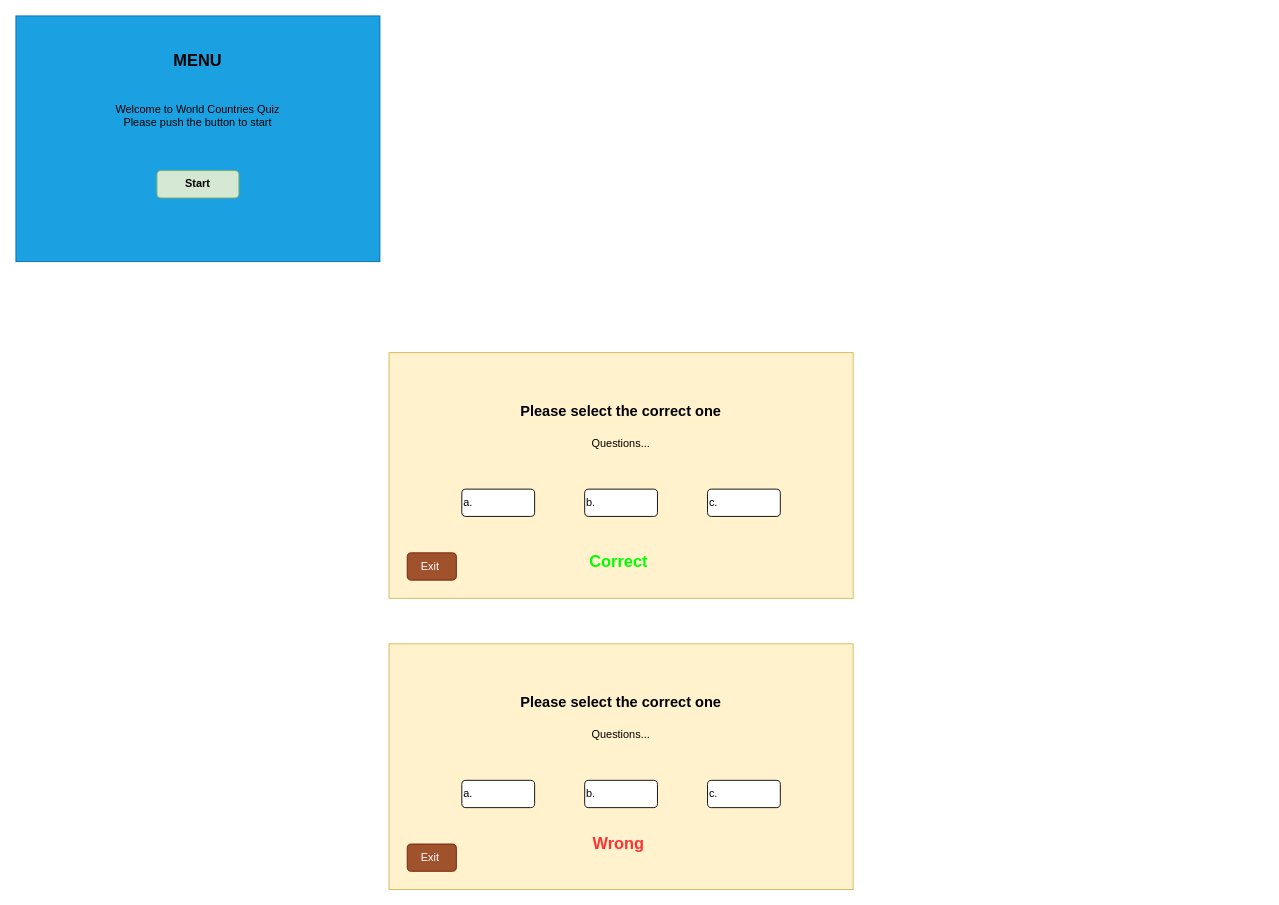
JojoZhao1212/01_World_Countires_Quiz keeps this draw.io diagram as Quiz.drawio. Above is the earlier version. Source tidied: cells renumbered, new cells numbered last; positions are measured from the earlier drawing's top-left corner, leaving out a move shared by most shapes. Both pictures are drawn from the tidied source at 91%, with x=0, y=0 at pixel (15, 15).
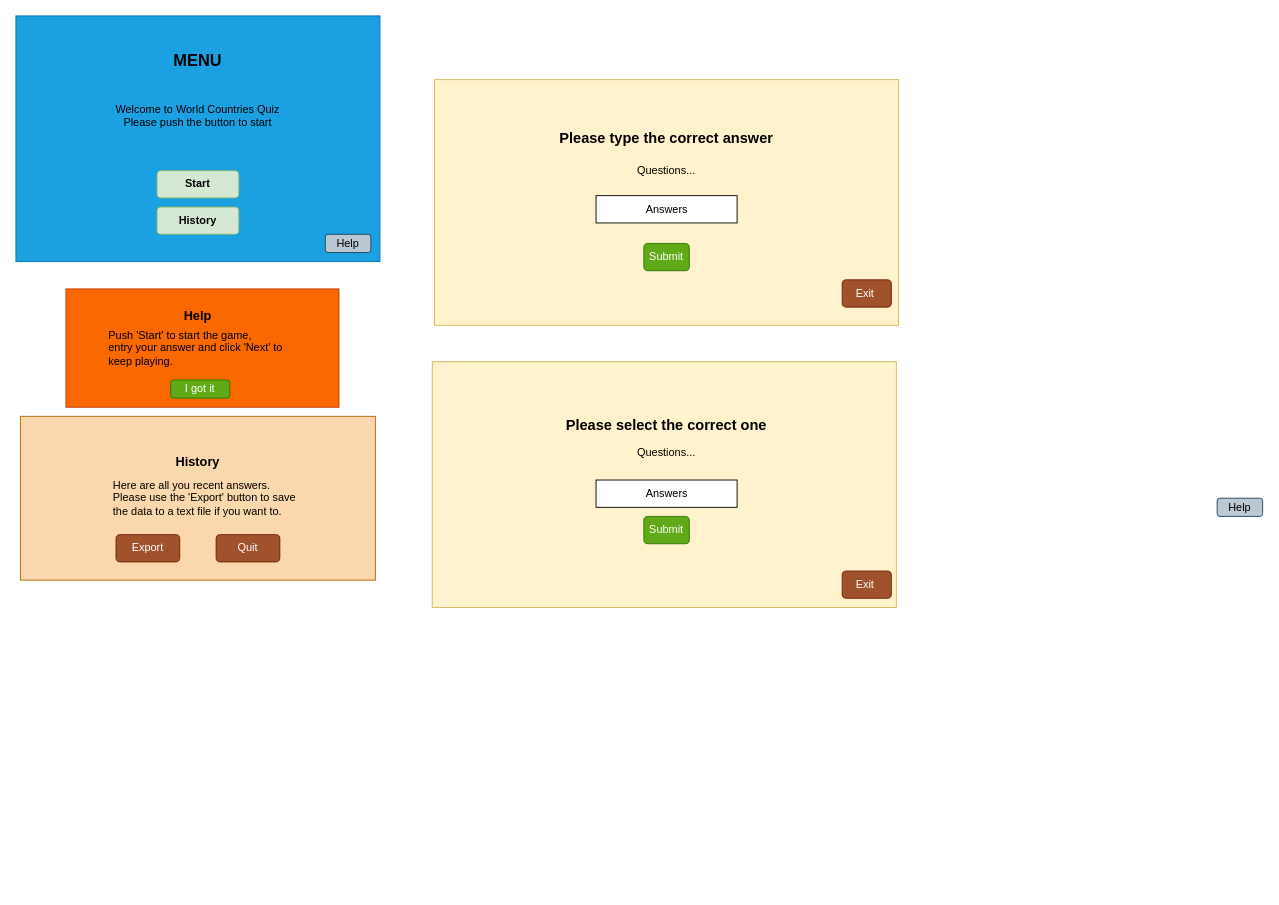
Above is the later version.

What changed in the source:
```diff
@@
     <mxCell id="7" style="rounded=0;whiteSpace=wrap;html=1;fillColor=#fff2cc;strokeColor=#d6b656;" parent="1" vertex="1">
-      <mxGeometry x="410" y="370" width="510" height="270" as="geometry" />
+      <mxGeometry x="460" y="70" width="510" height="270" as="geometry" />
     </mxCell>
-    <mxCell id="8" value="&lt;b&gt;&lt;font style=&quot;font-size: 16px&quot;&gt;Please select the correct one&lt;/font&gt;&lt;/b&gt;" style="text;html=1;strokeColor=none;fillColor=none;align=center;verticalAlign=middle;whiteSpace=wrap;rounded=0;" parent="1" vertex="1">
-      <mxGeometry x="520" y="424" width="290" height="20" as="geometry" />
+    <mxCell id="8" value="&lt;b&gt;&lt;font style=&quot;font-size: 16px&quot;&gt;Please type the correct answer&lt;/font&gt;&lt;/b&gt;" style="text;html=1;strokeColor=none;fillColor=none;align=center;verticalAlign=middle;whiteSpace=wrap;rounded=0;" parent="1" vertex="1">
+      <mxGeometry x="570" y="124" width="290" height="20" as="geometry" />
     </mxCell>
     <mxCell id="9" value="Questions..." style="text;html=1;strokeColor=none;fillColor=none;align=center;verticalAlign=middle;whiteSpace=wrap;rounded=0;" parent="1" vertex="1">
-      <mxGeometry x="525" y="460" width="280" height="20" as="geometry" />
+      <mxGeometry x="575" y="160" width="280" height="20" as="geometry" />
     </mxCell>
-    <mxCell id="10" value="a." style="rounded=1;whiteSpace=wrap;html=1;align=left;" parent="1" vertex="1">
-      <mxGeometry x="490" y="520" width="80" height="30" as="geometry" />
-    </mxCell>
-    <mxCell id="11" value="b." style="rounded=1;whiteSpace=wrap;html=1;align=left;" parent="1" vertex="1">
-      <mxGeometry x="625" y="520" width="80" height="30" as="geometry" />
-    </mxCell>
-    <mxCell id="12" value="c." style="rounded=1;whiteSpace=wrap;html=1;align=left;" parent="1" vertex="1">
-      <mxGeometry x="760" y="520" width="80" height="30" as="geometry" />
+    <mxCell id="12" value="Submit" style="rounded=1;whiteSpace=wrap;html=1;align=center;fillColor=#60a917;strokeColor=#2D7600;fontColor=#ffffff;" parent="1" vertex="1">
+      <mxGeometry x="690" y="250" width="50" height="30" as="geometry" />
     </mxCell>
-    <mxCell id="13" style="edgeStyle=orthogonalEdgeStyle;rounded=0;orthogonalLoop=1;jettySize=auto;html=1;exitX=0.5;exitY=1;exitDx=0;exitDy=0;" parent="1" edge="1" source="11" target="11">
-      <mxGeometry relative="1" as="geometry" />
+    <mxCell id="13" style="edgeStyle=orthogonalEdgeStyle;rounded=0;orthogonalLoop=1;jettySize=auto;html=1;exitX=0.5;exitY=1;exitDx=0;exitDy=0;" parent="1" edge="1">
+      <mxGeometry relative="1" as="geometry">
+        <mxPoint x="715" y="250" as="sourcePoint" />
+        <mxPoint x="715" y="250" as="targetPoint" />
+      </mxGeometry>
     </mxCell>
-    <mxCell id="14" style="rounded=0;whiteSpace=wrap;html=1;fillColor=#fff2cc;strokeColor=#d6b656;" parent="1" vertex="1">
-      <mxGeometry x="410" y="690" width="510" height="270" as="geometry" />
-    </mxCell>
+    <mxCell id="23" value="Exit&amp;nbsp;" style="rounded=1;whiteSpace=wrap;html=1;fillColor=#a0522d;strokeColor=#6D1F00;fontColor=#ffffff;" parent="1" vertex="1">
+      <mxGeometry x="908" y="290" width="54" height="30" as="geometry" />
+    </mxCell>
+    <mxCell id="25" value="Answers" style="rounded=0;whiteSpace=wrap;html=1;" parent="1" vertex="1">
+      <mxGeometry x="637.5" y="197.5" width="155" height="30" as="geometry" />
+    </mxCell>
+    <mxCell id="26" style="rounded=0;whiteSpace=wrap;html=1;fillColor=#fff2cc;strokeColor=#d6b656;" parent="1" vertex="1">
+      <mxGeometry x="457.5" y="380" width="510" height="270" as="geometry" />
+    </mxCell>
     <mxCell id="15" value="&lt;b&gt;&lt;font style=&quot;font-size: 16px&quot;&gt;Please select the correct one&lt;/font&gt;&lt;/b&gt;" style="text;html=1;strokeColor=none;fillColor=none;align=center;verticalAlign=middle;whiteSpace=wrap;rounded=0;" parent="1" vertex="1">
-      <mxGeometry x="520" y="744" width="290" height="20" as="geometry" />
+      <mxGeometry x="570" y="440" width="290" height="20" as="geometry" />
     </mxCell>
     <mxCell id="16" value="Questions..." style="text;html=1;strokeColor=none;fillColor=none;align=center;verticalAlign=middle;whiteSpace=wrap;rounded=0;" parent="1" vertex="1">
-      <mxGeometry x="525" y="780" width="280" height="20" as="geometry" />
+      <mxGeometry x="575" y="470" width="280" height="20" as="geometry" />
     </mxCell>
-    <mxCell id="17" value="a." style="rounded=1;whiteSpace=wrap;html=1;align=left;" parent="1" vertex="1">
-      <mxGeometry x="490" y="840" width="80" height="30" as="geometry" />
-    </mxCell>
-    <mxCell id="18" value="b." style="rounded=1;whiteSpace=wrap;html=1;align=left;" parent="1" vertex="1">
-      <mxGeometry x="625" y="840" width="80" height="30" as="geometry" />
-    </mxCell>
-    <mxCell id="19" value="c." style="rounded=1;whiteSpace=wrap;html=1;align=left;" parent="1" vertex="1">
-      <mxGeometry x="760" y="840" width="80" height="30" as="geometry" />
-    </mxCell>
-    <mxCell id="20" style="edgeStyle=orthogonalEdgeStyle;rounded=0;orthogonalLoop=1;jettySize=auto;html=1;exitX=0.5;exitY=1;exitDx=0;exitDy=0;" parent="1" edge="1" source="18" target="18">
-      <mxGeometry relative="1" as="geometry" />
-    </mxCell>
-    <mxCell id="21" value="&lt;font color=&quot;#00ff00&quot; size=&quot;1&quot;&gt;&lt;b style=&quot;font-size: 18px&quot;&gt;Correct&amp;nbsp;&lt;/b&gt;&lt;/font&gt;" style="text;html=1;strokeColor=none;fillColor=none;align=center;verticalAlign=middle;whiteSpace=wrap;rounded=0;" parent="1" vertex="1">
-      <mxGeometry x="505" y="590" width="320" height="20" as="geometry" />
-    </mxCell>
-    <mxCell id="22" value="&lt;b&gt;&lt;font style=&quot;font-size: 18px&quot; color=&quot;#ff3333&quot;&gt;Wrong&lt;/font&gt;&lt;/b&gt;" style="text;html=1;strokeColor=none;fillColor=none;align=center;verticalAlign=middle;whiteSpace=wrap;rounded=0;" parent="1" vertex="1">
-      <mxGeometry x="540" y="900" width="245" height="20" as="geometry" />
-    </mxCell>
-    <mxCell id="23" value="Exit&amp;nbsp;" style="rounded=1;whiteSpace=wrap;html=1;fillColor=#a0522d;strokeColor=#6D1F00;fontColor=#ffffff;" parent="1" vertex="1">
-      <mxGeometry x="430" y="590" width="54" height="30" as="geometry" />
-    </mxCell>
+    <mxCell id="27" value="Answers" style="rounded=0;whiteSpace=wrap;html=1;" parent="1" vertex="1">
+      <mxGeometry x="637.5" y="510" width="155" height="30" as="geometry" />
+    </mxCell>
     <mxCell id="24" value="Exit&amp;nbsp;" style="rounded=1;whiteSpace=wrap;html=1;fillColor=#a0522d;strokeColor=#6D1F00;fontColor=#ffffff;" parent="1" vertex="1">
-      <mxGeometry x="430" y="910" width="54" height="30" as="geometry" />
+      <mxGeometry x="908" y="610" width="54" height="30" as="geometry" />
     </mxCell>
+    <mxCell id="28" value="Submit" style="rounded=1;whiteSpace=wrap;html=1;align=center;fillColor=#60a917;strokeColor=#2D7600;fontColor=#ffffff;" parent="1" vertex="1">
+      <mxGeometry x="690" y="550" width="50" height="30" as="geometry" />
+    </mxCell>
+    <mxCell id="29" value="Help" style="rounded=1;whiteSpace=wrap;html=1;fillColor=#bac8d3;strokeColor=#23445d;" parent="1" vertex="1">
+      <mxGeometry x="340" y="240" width="50" height="20" as="geometry" />
+    </mxCell>
+    <mxCell id="30" style="edgeStyle=orthogonalEdgeStyle;rounded=0;orthogonalLoop=1;jettySize=auto;html=1;exitX=1;exitY=0.75;exitDx=0;exitDy=0;entryX=1;entryY=0.75;entryDx=0;entryDy=0;" parent="1" edge="1">
+      <mxGeometry relative="1" as="geometry">
+        <mxPoint x="940" y="370" as="sourcePoint" />
+        <mxPoint x="940" y="370" as="targetPoint" />
+      </mxGeometry>
+    </mxCell>
+    <mxCell id="31" style="edgeStyle=orthogonalEdgeStyle;rounded=0;orthogonalLoop=1;jettySize=auto;html=1;" parent="1" edge="1">
+      <mxGeometry relative="1" as="geometry">
+        <mxPoint x="563" y="280" as="sourcePoint" />
+        <mxPoint x="562.7" y="280.3" as="targetPoint" />
+      </mxGeometry>
+    </mxCell>
+    <mxCell id="32" value="Help" style="rounded=1;whiteSpace=wrap;html=1;fillColor=#bac8d3;strokeColor=#23445d;" parent="1" vertex="1">
+      <mxGeometry x="1320" y="530" width="50" height="20" as="geometry" />
+    </mxCell>
+    <mxCell id="33" style="rounded=0;whiteSpace=wrap;html=1;align=left;fillColor=#fa6800;strokeColor=#C73500;fontColor=#000000;" parent="1" vertex="1">
+      <mxGeometry x="55" y="300" width="300" height="130" as="geometry" />
+    </mxCell>
+    <mxCell id="34" value="&lt;font style=&quot;font-size: 14px&quot;&gt;&lt;b&gt;Help&lt;/b&gt;&lt;/font&gt;" style="text;html=1;strokeColor=none;fillColor=none;align=center;verticalAlign=middle;whiteSpace=wrap;rounded=0;" parent="1" vertex="1">
+      <mxGeometry x="170" y="310" width="60" height="40" as="geometry" />
+    </mxCell>
+    <mxCell id="35" value="Push 'Start' to start the game,&lt;br&gt;entry your answer and click 'Next' to keep playing." style="text;html=1;strokeColor=none;fillColor=none;align=left;verticalAlign=middle;whiteSpace=wrap;rounded=0;" parent="1" vertex="1">
+      <mxGeometry x="100" y="342.5" width="210" height="45" as="geometry" />
+    </mxCell>
+    <mxCell id="36" value="I got it" style="rounded=1;whiteSpace=wrap;html=1;fillColor=#60a917;strokeColor=#2D7600;fontColor=#ffffff;" parent="1" vertex="1">
+      <mxGeometry x="170" y="400" width="65" height="20" as="geometry" />
+    </mxCell>
+    <mxCell id="37" value="&lt;b&gt;History&lt;/b&gt;" style="rounded=1;whiteSpace=wrap;html=1;fillColor=#d5e8d4;strokeColor=#82b366;" parent="1" vertex="1">
+      <mxGeometry x="155" y="210" width="90" height="30" as="geometry" />
+    </mxCell>
+    <mxCell id="38" style="rounded=0;whiteSpace=wrap;html=1;fillColor=#fad7ac;strokeColor=#b46504;" parent="1" vertex="1">
+      <mxGeometry x="5" y="440" width="390" height="180" as="geometry" />
+    </mxCell>
+    <mxCell id="39" value="&lt;span style=&quot;font-size: 14px&quot;&gt;&lt;b&gt;History&lt;/b&gt;&lt;/span&gt;" style="text;html=1;strokeColor=none;fillColor=none;align=center;verticalAlign=middle;whiteSpace=wrap;rounded=0;" parent="1" vertex="1">
+      <mxGeometry x="180" y="480" width="40" height="20" as="geometry" />
+    </mxCell>
+    <mxCell id="40" style="edgeStyle=orthogonalEdgeStyle;rounded=0;orthogonalLoop=1;jettySize=auto;html=1;" parent="1" edge="1">
+      <mxGeometry relative="1" as="geometry">
+        <mxPoint x="210" y="500" as="sourcePoint" />
+        <mxPoint x="210" y="500" as="targetPoint" />
+      </mxGeometry>
+    </mxCell>
+    <mxCell id="41" value="Here are all you recent answers. Please use the 'Export' button to save the data to a text file if you want to." style="text;html=1;strokeColor=none;fillColor=none;align=left;verticalAlign=middle;whiteSpace=wrap;rounded=0;" parent="1" vertex="1">
+      <mxGeometry x="105" y="520" width="205" height="20" as="geometry" />
+    </mxCell>
+    <mxCell id="42" value="Export" style="rounded=1;whiteSpace=wrap;html=1;fillColor=#a0522d;strokeColor=#6D1F00;fontColor=#ffffff;" parent="1" vertex="1">
+      <mxGeometry x="110" y="570" width="70" height="30" as="geometry" />
+    </mxCell>
+    <mxCell id="43" value="Quit" style="rounded=1;whiteSpace=wrap;html=1;fillColor=#a0522d;strokeColor=#6D1F00;fontColor=#ffffff;" parent="1" vertex="1">
+      <mxGeometry x="220" y="570" width="70" height="30" as="geometry" />
+    </mxCell>
```
